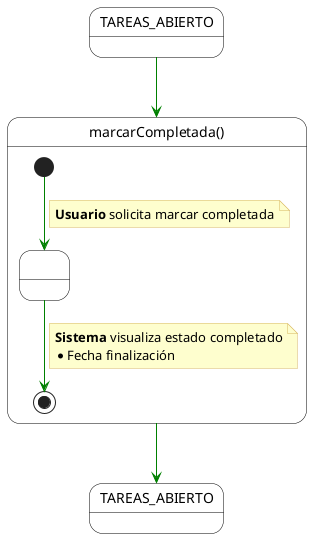
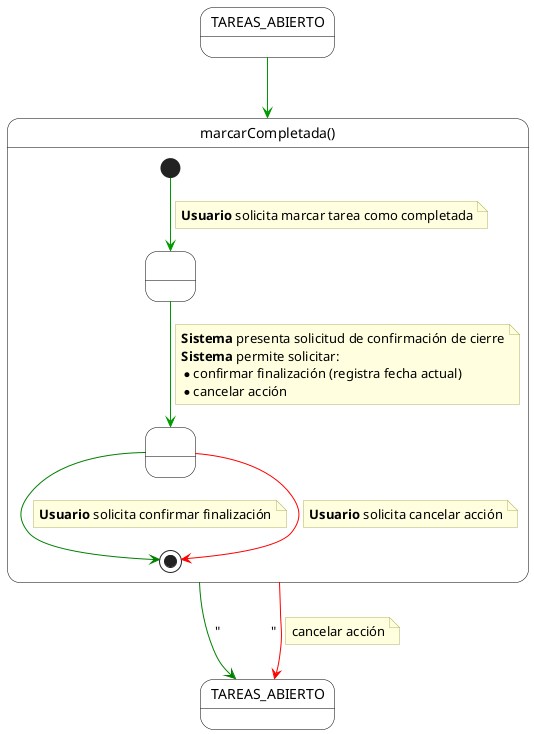
@startuml marcarCompletada
+ skinparam monochrome false
+ skinparam shadow false
+ top to bottom direction
+ 
skinparam state {
    BackgroundColor White
    BorderColor Black
-     ArrowColor #008000
- }
- skinparam note {
-     BackgroundColor #FEFECE
-     BorderColor #D7B75F
+     ArrowColor #009900
+     StartColor Black
+     EndColor Black
}

- state TAREAS_ABIERTO
- state "TAREAS_ABIERTO" as TAREAS_ABIERTO_FINAL
+ skinparam note {
+     BackgroundColor #FFFFE0
+     BorderColor #B0B060
+     FontName Arial
+ }

- state "marcarCompletada()" as marcarCompletada {
-     state " " as Inicio <<start>>
-     state " " as Intermedio
-     state " " as Fin <<end>>
+ state "TAREAS_ABIERTO" as Inicio

-     Inicio --> Intermedio
+ state "marcarCompletada()" as MarcarCompletadaContainer {
+ 
+     state " " as EstadoConfirmacion
+     state " " as EstadoDecision
+ 
+     [*] --> EstadoConfirmacion
    note on link
-         <b>Usuario</b> solicita marcar completada
+         **Usuario** solicita marcar tarea como completada
    end note

-     Intermedio --> Fin
+     EstadoConfirmacion --> EstadoDecision
    note on link
-         <b>Sistema</b> visualiza estado completado
-         * Fecha finalización
+         **Sistema** presenta solicitud de confirmación de cierre
+         **Sistema** permite solicitar:
+         * confirmar finalización (registra fecha actual)
+         * cancelar acción
+     end note
+ 
+     EstadoDecision -[#green]down-> [*]
+     note on link
+         **Usuario** solicita confirmar finalización
+     end note
+ 
+     EstadoDecision -[#red]down-> [*]
+     note on link
+         **Usuario** solicita cancelar acción
    end note
}

- TAREAS_ABIERTO --> marcarCompletada
- marcarCompletada --> TAREAS_ABIERTO_FINAL
+ state "TAREAS_ABIERTO" as FinLista
+ 
+ Inicio --> MarcarCompletadaContainer
+ 
+ MarcarCompletadaContainer -[#green]-> FinLista : "               "
+ 
+ MarcarCompletadaContainer -[#red]down-> FinLista
+ note on link
+     cancelar acción
+ end note
+ 
@enduml